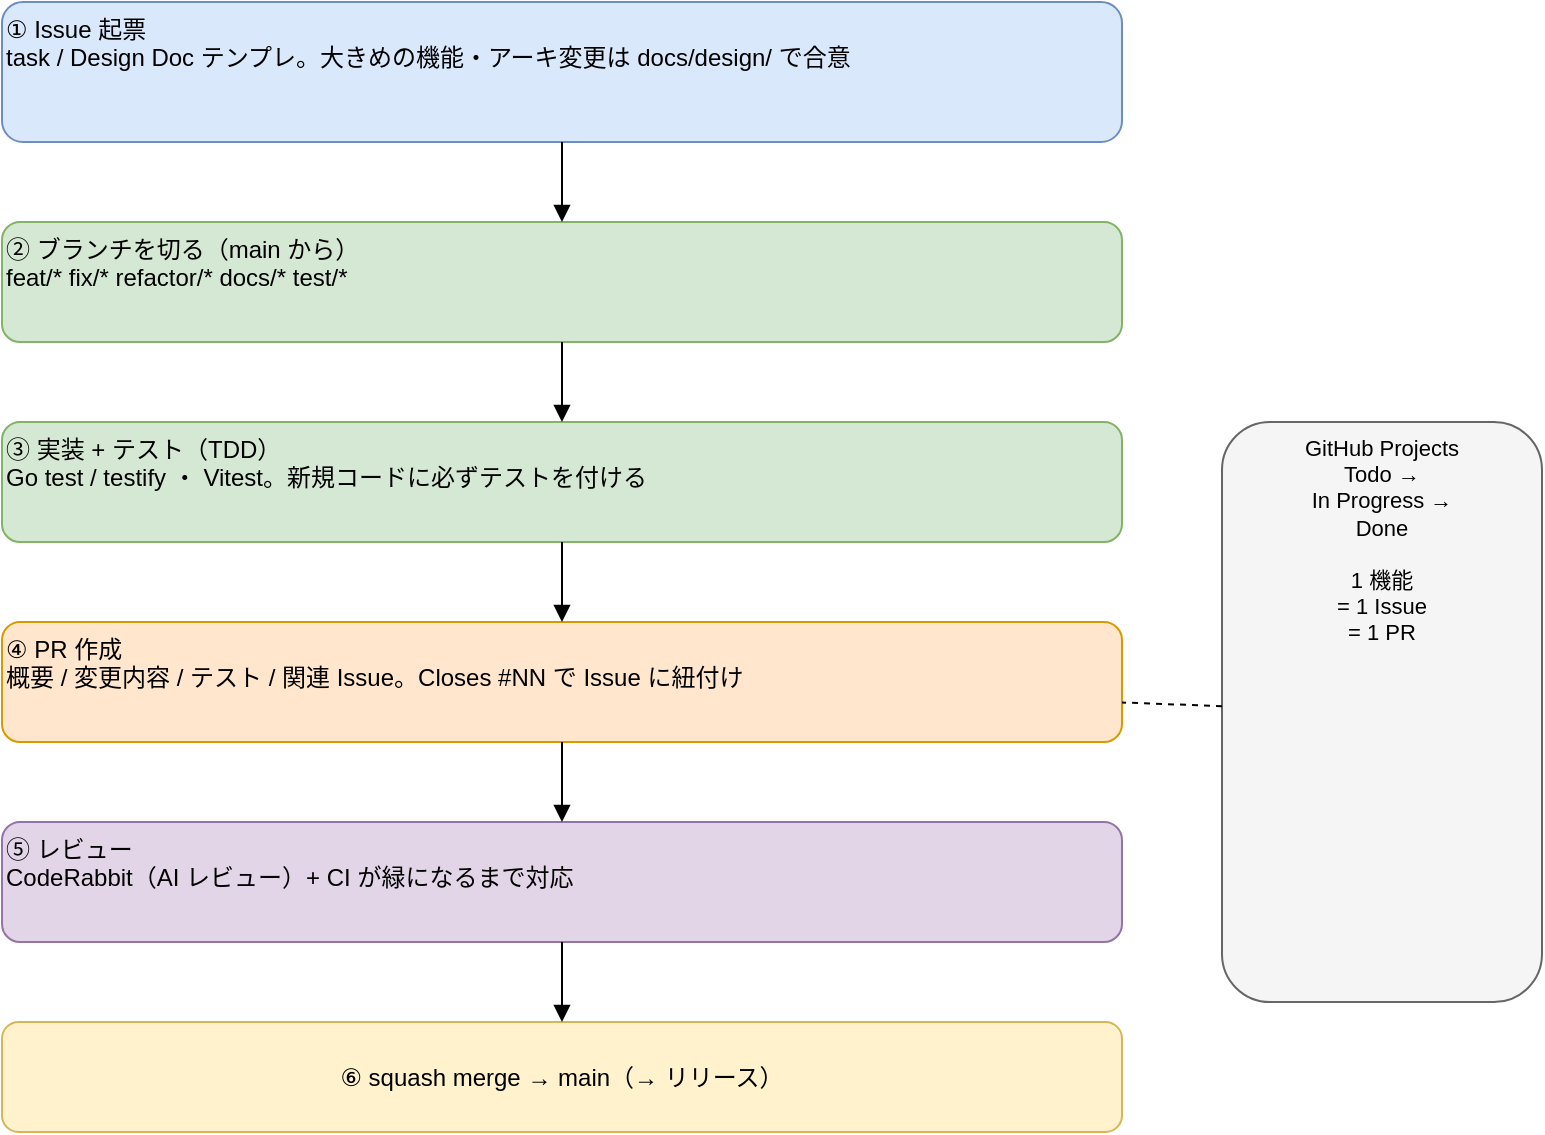
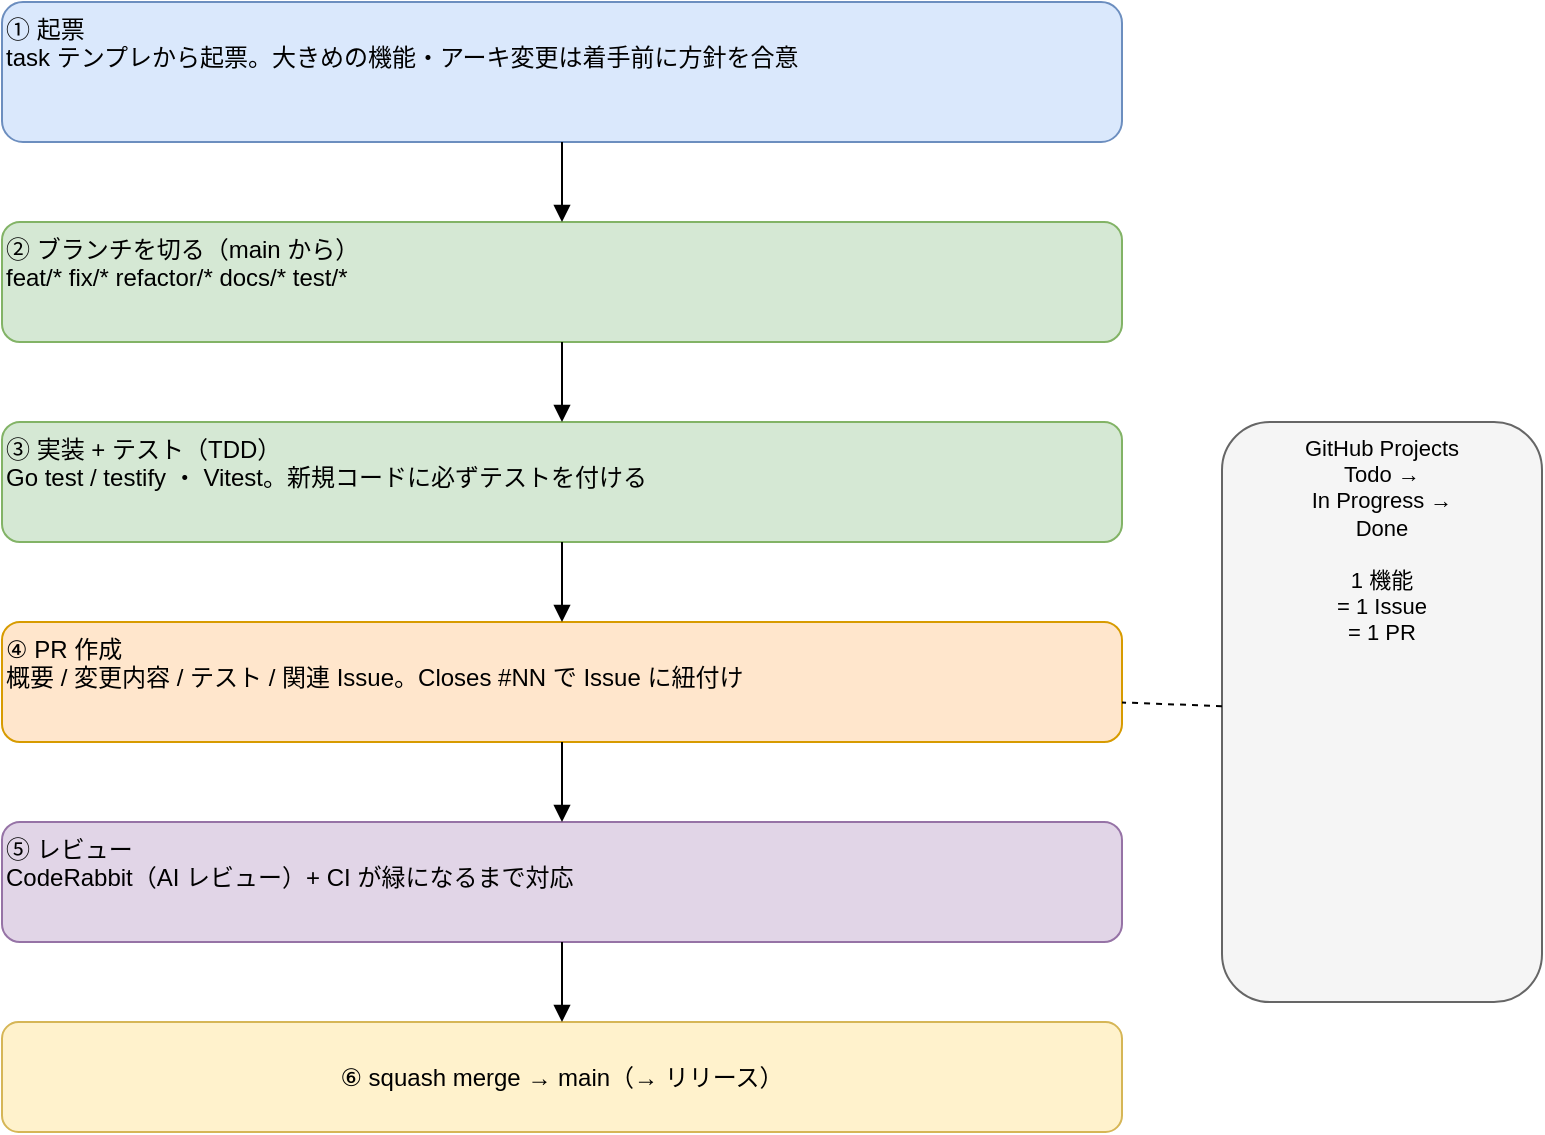
<mxfile host="app.diagrams.net" type="device">
  <diagram name="dev-flow" id="dev-flow">
    <mxGraphModel dx="1000" dy="760" grid="0" gridSize="10" guides="1" tooltips="1" connect="1" arrows="1" fold="1" page="1" pageScale="1" pageWidth="960" pageHeight="680" math="0" shadow="0">
      <root>
        <mxCell id="0" />
        <mxCell id="1" parent="0" />
-         <mxCell id="c_issue" value="① Issue 起票&#10;task / Design Doc テンプレ。大きめの機能・アーキ変更は docs/design/ で合意" style="rounded=1;whiteSpace=wrap;html=1;fillColor=#dae8fc;strokeColor=#6c8ebf;fontSize=12;align=left;verticalAlign=top;" vertex="1" parent="1">
+         <mxCell id="c_issue" value="① 起票&#10;task テンプレから起票。大きめの機能・アーキ変更は着手前に方針を合意" style="rounded=1;whiteSpace=wrap;html=1;fillColor=#dae8fc;strokeColor=#6c8ebf;fontSize=12;align=left;verticalAlign=top;" vertex="1" parent="1">
          <mxGeometry x="160" y="20" width="560" height="70" as="geometry" />
        </mxCell>
        <mxCell id="c_branch" value="② ブランチを切る（main から）&#10;feat/* fix/* refactor/* docs/* test/*" style="rounded=1;whiteSpace=wrap;html=1;fillColor=#d5e8d4;strokeColor=#82b366;fontSize=12;align=left;verticalAlign=top;" vertex="1" parent="1">
          <mxGeometry x="160" y="130" width="560" height="60" as="geometry" />
        </mxCell>
        <mxCell id="c_impl" value="③ 実装 + テスト（TDD）&#10;Go test / testify ・ Vitest。新規コードに必ずテストを付ける" style="rounded=1;whiteSpace=wrap;html=1;fillColor=#d5e8d4;strokeColor=#82b366;fontSize=12;align=left;verticalAlign=top;" vertex="1" parent="1">
          <mxGeometry x="160" y="230" width="560" height="60" as="geometry" />
        </mxCell>
        <mxCell id="c_pr" value="④ PR 作成&#10;概要 / 変更内容 / テスト / 関連 Issue。Closes #NN で Issue に紐付け" style="rounded=1;whiteSpace=wrap;html=1;fillColor=#ffe6cc;strokeColor=#d79b00;fontSize=12;align=left;verticalAlign=top;" vertex="1" parent="1">
          <mxGeometry x="160" y="330" width="560" height="60" as="geometry" />
        </mxCell>
        <mxCell id="c_review" value="⑤ レビュー&#10;CodeRabbit（AI レビュー）+ CI が緑になるまで対応" style="rounded=1;whiteSpace=wrap;html=1;fillColor=#e1d5e7;strokeColor=#9673a6;fontSize=12;align=left;verticalAlign=top;" vertex="1" parent="1">
          <mxGeometry x="160" y="430" width="560" height="60" as="geometry" />
        </mxCell>
        <mxCell id="c_merge" value="⑥ squash merge → main（→ リリース）" style="rounded=1;whiteSpace=wrap;html=1;fillColor=#fff2cc;strokeColor=#d6b656;fontSize=12;align=center;verticalAlign=middle;" vertex="1" parent="1">
          <mxGeometry x="160" y="530" width="560" height="55" as="geometry" />
        </mxCell>
        <mxCell id="c_kanban" value="GitHub Projects&#10;Todo →&#10;In Progress →&#10;Done&#10;&#10;1 機能&#10;= 1 Issue&#10;= 1 PR" style="rounded=1;whiteSpace=wrap;html=1;fillColor=#f5f5f5;strokeColor=#666666;fontSize=11;align=center;verticalAlign=top;" vertex="1" parent="1">
          <mxGeometry x="770" y="230" width="160" height="290" as="geometry" />
        </mxCell>
        <mxCell id="e0" value="" style="endArrow=block;html=1;rounded=0;fontSize=11" edge="1" parent="1" source="c_issue" target="c_branch">
          <mxGeometry relative="1" as="geometry" /></mxCell>
        <mxCell id="e1" value="" style="endArrow=block;html=1;rounded=0;fontSize=11" edge="1" parent="1" source="c_branch" target="c_impl">
          <mxGeometry relative="1" as="geometry" /></mxCell>
        <mxCell id="e2" value="" style="endArrow=block;html=1;rounded=0;fontSize=11" edge="1" parent="1" source="c_impl" target="c_pr">
          <mxGeometry relative="1" as="geometry" /></mxCell>
        <mxCell id="e3" value="" style="endArrow=block;html=1;rounded=0;fontSize=11" edge="1" parent="1" source="c_pr" target="c_review">
          <mxGeometry relative="1" as="geometry" /></mxCell>
        <mxCell id="e4" value="" style="endArrow=block;html=1;rounded=0;fontSize=11" edge="1" parent="1" source="c_review" target="c_merge">
          <mxGeometry relative="1" as="geometry" /></mxCell>
        <mxCell id="e5" value="" style="endArrow=none;html=1;rounded=0;fontSize=11;dashed=1" edge="1" parent="1" source="c_kanban" target="c_pr">
          <mxGeometry relative="1" as="geometry" /></mxCell>
      </root>
    </mxGraphModel>
  </diagram>
</mxfile>